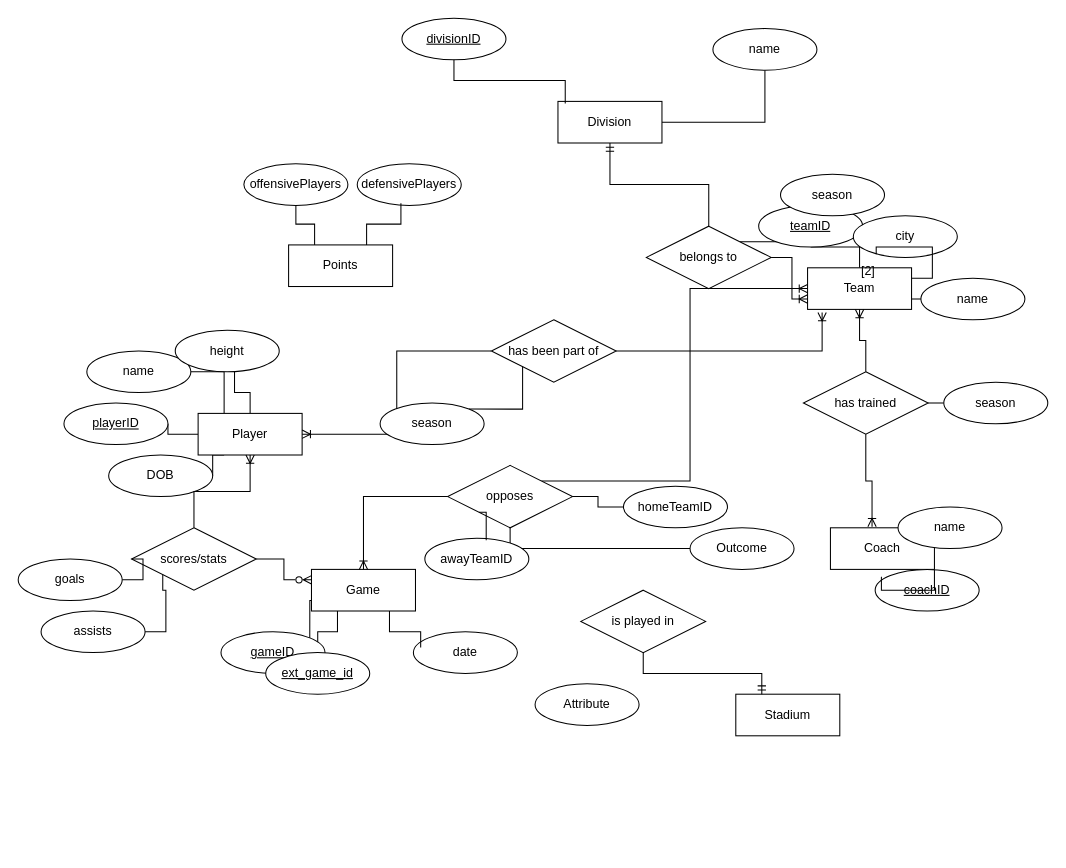
Earlier version of the draw.io diagram page "Entity-Relationship Diagram" (1 of 3) of diagrams/PlayerTeam-ERDiagram.drawio (yukikongju/audl-analytics). Source tidied: cells renumbered, new cells numbered last; positions are measured from the earlier drawing's top-left corner, leaving out a move shared by most shapes. Both pictures are drawn from the tidied source at 104%, with x=0, y=0 at pixel (18, 18).
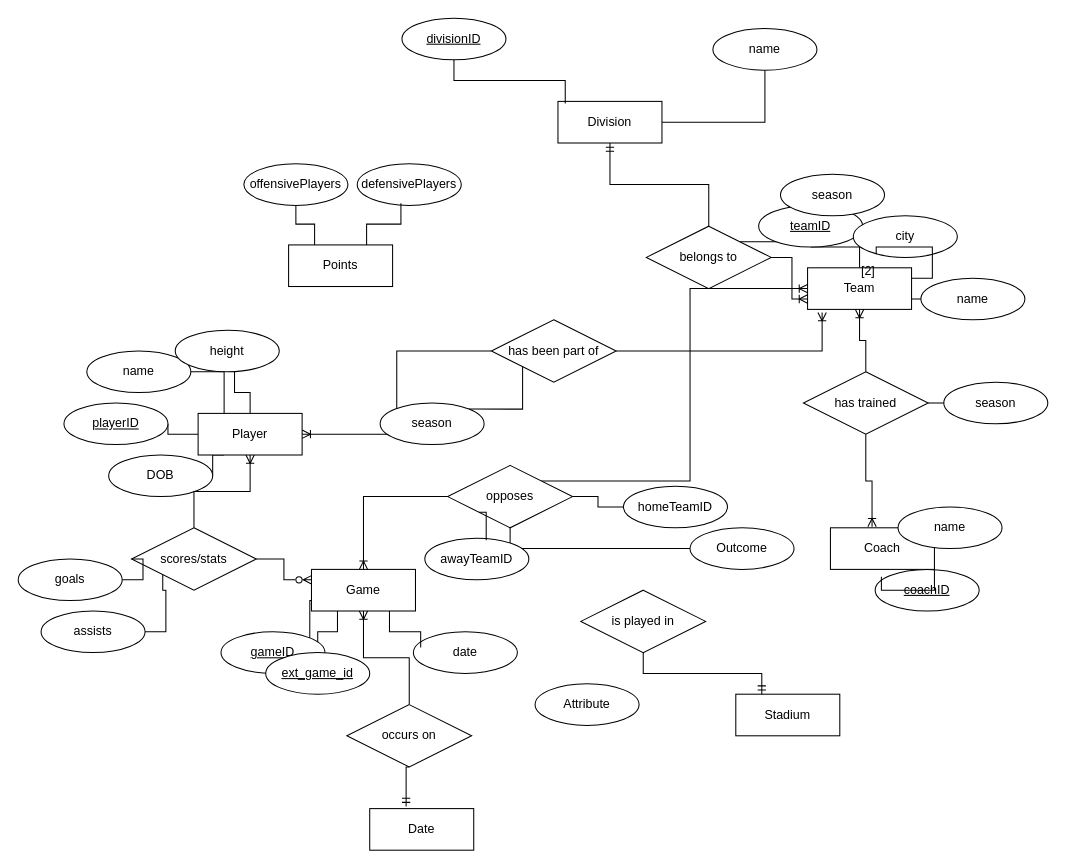
The same page after the edit.

The change refers to these unchanged cells:
```xml
<mxCell id="12" value="Game" style="whiteSpace=wrap;html=1;align=center;" parent="1" vertex="1">
  <mxGeometry x="282" y="530" width="100" height="40" as="geometry" />
</mxCell>
```

The edit, as a diff of the source:
```diff
@@
+    <mxCell id="76" value="Date" style="whiteSpace=wrap;html=1;align=center;" parent="1" vertex="1">
+      <mxGeometry x="338" y="760" width="100" height="40" as="geometry" />
+    </mxCell>
+    <mxCell id="77" style="edgeStyle=orthogonalEdgeStyle;rounded=0;jettySize=auto;html=1;exitX=0.5;exitY=0;exitDx=0;exitDy=0;entryX=0.5;entryY=1;entryDx=0;entryDy=0;endArrow=ERoneToMany;endFill=0;" parent="1" edge="1" source="78" target="12">
+      <mxGeometry relative="1" as="geometry" />
+    </mxCell>
+    <mxCell id="78" value="occurs on" style="shape=rhombus;perimeter=rhombusPerimeter;whiteSpace=wrap;html=1;align=center;" parent="1" vertex="1">
+      <mxGeometry x="316" y="660" width="120" height="60" as="geometry" />
+    </mxCell>
+    <mxCell id="79" style="edgeStyle=orthogonalEdgeStyle;rounded=0;jettySize=auto;html=1;exitX=0.5;exitY=1;exitDx=0;exitDy=0;entryX=0.35;entryY=-0.05;entryDx=0;entryDy=0;entryPerimeter=0;endArrow=ERmandOne;startFill=0;endFill=0;" parent="1" edge="1" source="78" target="76">
+      <mxGeometry relative="1" as="geometry" />
+    </mxCell>
```
